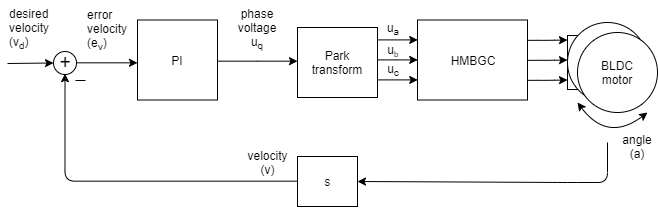
Above: Images/velocity.png in simplefoc/Arduino-FOC (draw.io), before the change. Source tidied: cells renumbered, new cells last; positions are measured from the earlier drawing's top-left corner, leaving out a move shared by most shapes.
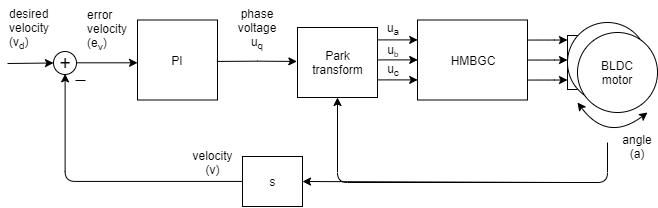
Above is the later version.

What changed in the source:
```diff
@@ -110,7 +110,7 @@
       <mxGeometry relative="1" as="geometry" />
     </mxCell>
     <mxCell id="27" value="s" style="rounded=0;whiteSpace=wrap;html=1;strokeColor=#000000;" parent="1" vertex="1">
-      <mxGeometry x="290" y="156" width="60" height="50" as="geometry" />
+      <mxGeometry x="235" y="156" width="60" height="50" as="geometry" />
     </mxCell>
     <mxCell id="28" style="endArrow=classic;html=1;entryX=1;entryY=0.5;entryDx=0;entryDy=0;" parent="1" edge="1" target="27">
       <mxGeometry relative="1" as="geometry">
@@ -125,7 +125,7 @@
       <mxGeometry x="610" y="136" width="40" height="20" as="geometry" />
     </mxCell>
     <mxCell id="30" value="velocity (v)" style="text;html=1;strokeColor=none;fillColor=none;align=center;verticalAlign=middle;whiteSpace=wrap;rounded=0;" parent="1" vertex="1">
-      <mxGeometry x="240" y="152" width="40" height="20" as="geometry" />
+      <mxGeometry x="185" y="152" width="40" height="20" as="geometry" />
     </mxCell>
     <mxCell id="31" value="&lt;span style=&quot;text-align: center ; white-space: normal&quot;&gt;error&lt;br&gt;velocity&amp;nbsp;&lt;br&gt;(e&lt;sub&gt;v&lt;/sub&gt;)&lt;/span&gt;" style="text;html=1;align=left;verticalAlign=top;spacingTop=-4;" parent="1" vertex="1">
       <mxGeometry x="77.5" y="4.5" width="60" height="50" as="geometry" />
@@ -145,5 +145,13 @@
     <mxCell id="36" value="&lt;span style=&quot;text-align: center ; white-space: normal&quot;&gt;desired&lt;br&gt;velocity&lt;br&gt;(v&lt;/span&gt;&lt;sub style=&quot;text-align: center ; white-space: normal&quot;&gt;d&lt;/sub&gt;&lt;span style=&quot;text-align: center ; white-space: normal&quot;&gt;)&lt;/span&gt;" style="text;html=1;" parent="1" vertex="1">
       <mxGeometry width="40" height="70" as="geometry" />
     </mxCell>
+    <mxCell id="37" style="endArrow=classic;html=1;entryX=0.5;entryY=1;entryDx=0;entryDy=0;" parent="1" edge="1" target="3">
+      <mxGeometry relative="1" as="geometry">
+        <mxPoint x="580" y="182" as="sourcePoint" />
+        <Array as="points">
+          <mxPoint x="330" y="182" />
+        </Array>
+      </mxGeometry>
+    </mxCell>
   </root>
 </mxGraphModel>
```
